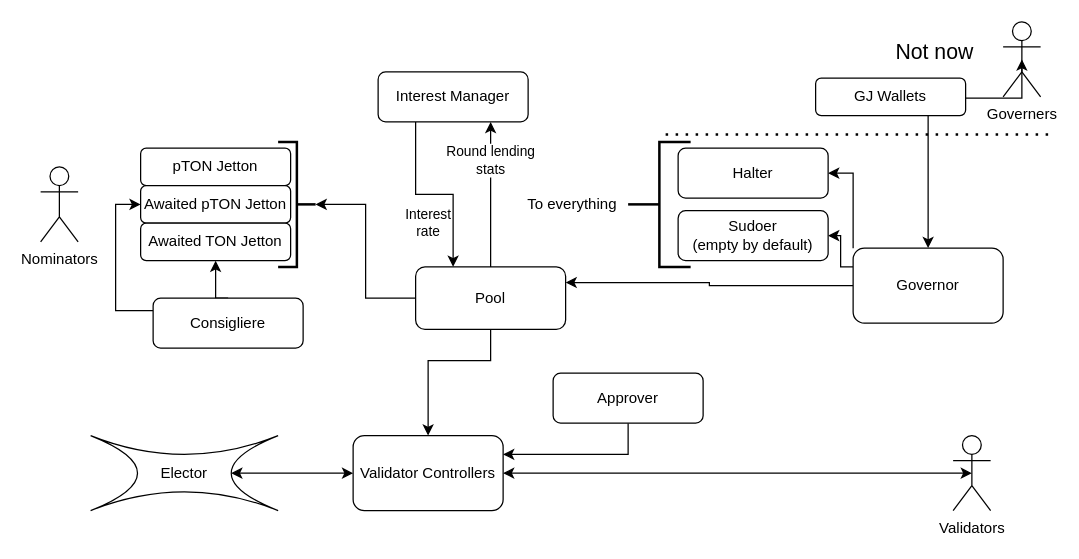
ton-blockchain/liquid-staking-contract keeps this draw.io diagram as docs/images/scheme.drawio. Above is the earlier version. Source tidied: cells renumbered, new cells numbered last; positions are measured from the earlier drawing's top-left corner, leaving out a move shared by most shapes. Both pictures are drawn from the tidied source at 125%, with x=0, y=0 at pixel (40, 21).
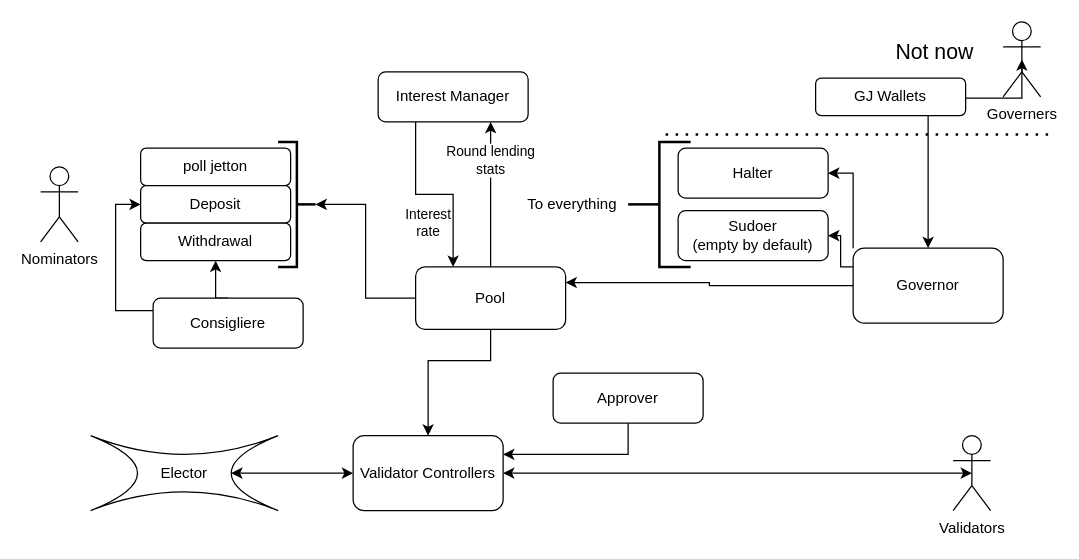
The same diagram, later.

Diff of the diagram source:
```diff
@@
-    <mxCell id="5" value="pTON Jetton" style="rounded=1;whiteSpace=wrap;html=1;" parent="1" vertex="1">
+    <mxCell id="5" value="poll jetton" style="rounded=1;whiteSpace=wrap;html=1;" parent="1" vertex="1">
       <mxGeometry x="80" y="101" width="120" height="30" as="geometry" />
     </mxCell>
-    <mxCell id="6" value="Awaited pTON Jetton" style="rounded=1;whiteSpace=wrap;html=1;" parent="1" vertex="1">
+    <mxCell id="6" value="Deposit" style="rounded=1;whiteSpace=wrap;html=1;" parent="1" vertex="1">
       <mxGeometry x="80" y="131" width="120" height="30" as="geometry" />
     </mxCell>
-    <mxCell id="7" value="Awaited TON Jetton" style="rounded=1;whiteSpace=wrap;html=1;" parent="1" vertex="1">
+    <mxCell id="7" value="Withdrawal" style="rounded=1;whiteSpace=wrap;html=1;" parent="1" vertex="1">
       <mxGeometry x="80" y="161" width="120" height="30" as="geometry" />
     </mxCell>
```
